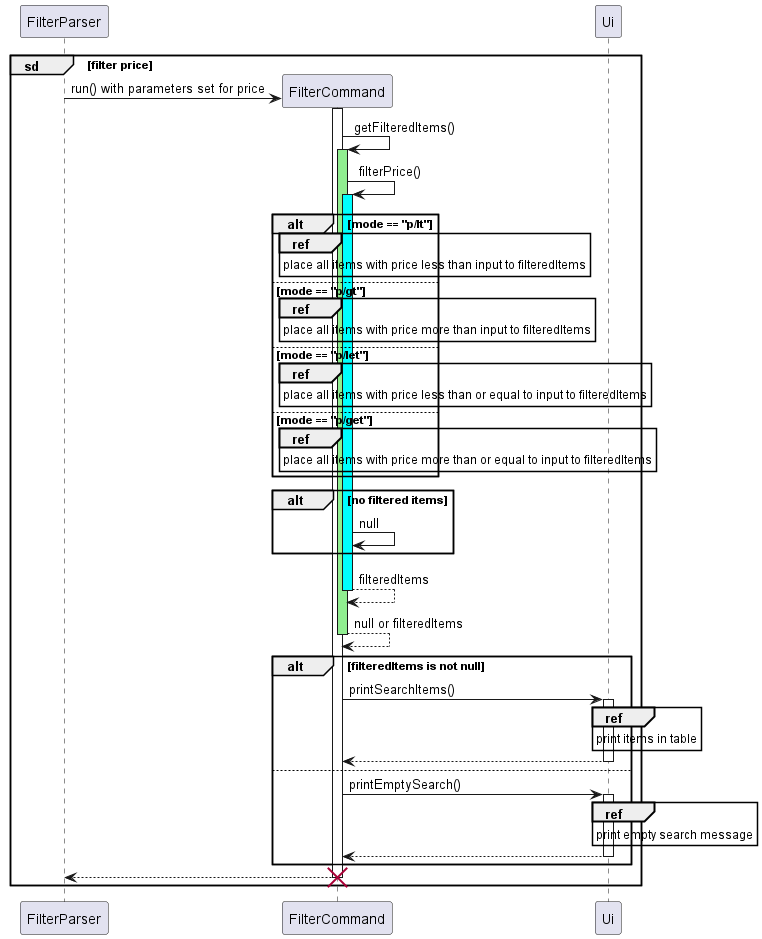
Before: docs/UML/Filter/FilterPrice.png, a diagram exported from PlantUML (nus-cs2113-AY2223S2/tp). The source it was exported from:
```plantuml
@startuml

participant FilterParser
group sd [filter price]
    FilterParser -> FilterCommand ** : run() with parameters set for price
    activate FilterCommand
    FilterCommand -> FilterCommand: getFilteredItems()
    activate FilterCommand #lightgreen
    FilterCommand -> FilterCommand: filterPrice()
    activate FilterCommand #cyan
    participant Ui
    alt mode == "p/lt"
        ref over FilterCommand
            place all items with price less than input to filteredItems
        end ref
    else mode == "p/gt"
        ref over FilterCommand
            place all items with price more than input to filteredItems
        end ref
    else mode == "p/let"
        ref over FilterCommand
            place all items with price less than or equal to input to filteredItems
        end ref
    else mode == "p/get"
        ref over FilterCommand
            place all items with price more than or equal to input to filteredItems
        end ref
    end
    alt no filtered items
        FilterCommand -> FilterCommand: null
    end
    return filteredItems
    return null or filteredItems
    alt filteredItems is not null
        FilterCommand -> Ui: printSearchItems()
        activate Ui
        ref over Ui
            print items in table
        end ref
        return
    else
        FilterCommand -> Ui: printEmptySearch()
        activate Ui
        ref over Ui
            print empty search message
        end ref
        return
    end
    return
    destroy FilterCommand
end
@enduml
```
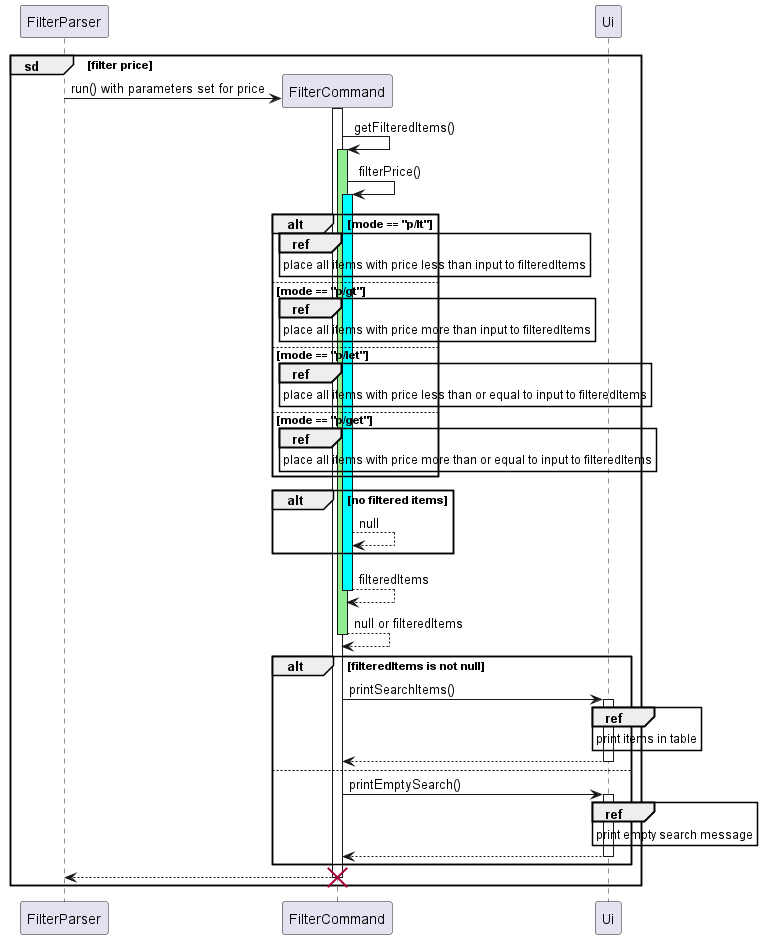
Above is the later version.

Diff of the diagram source:
```diff
@@ -27,7 +27,7 @@
         end ref
     end
     alt no filtered items
-        FilterCommand -> FilterCommand: null
+        FilterCommand --> FilterCommand: null
     end
     return filteredItems
     return null or filteredItems
```
